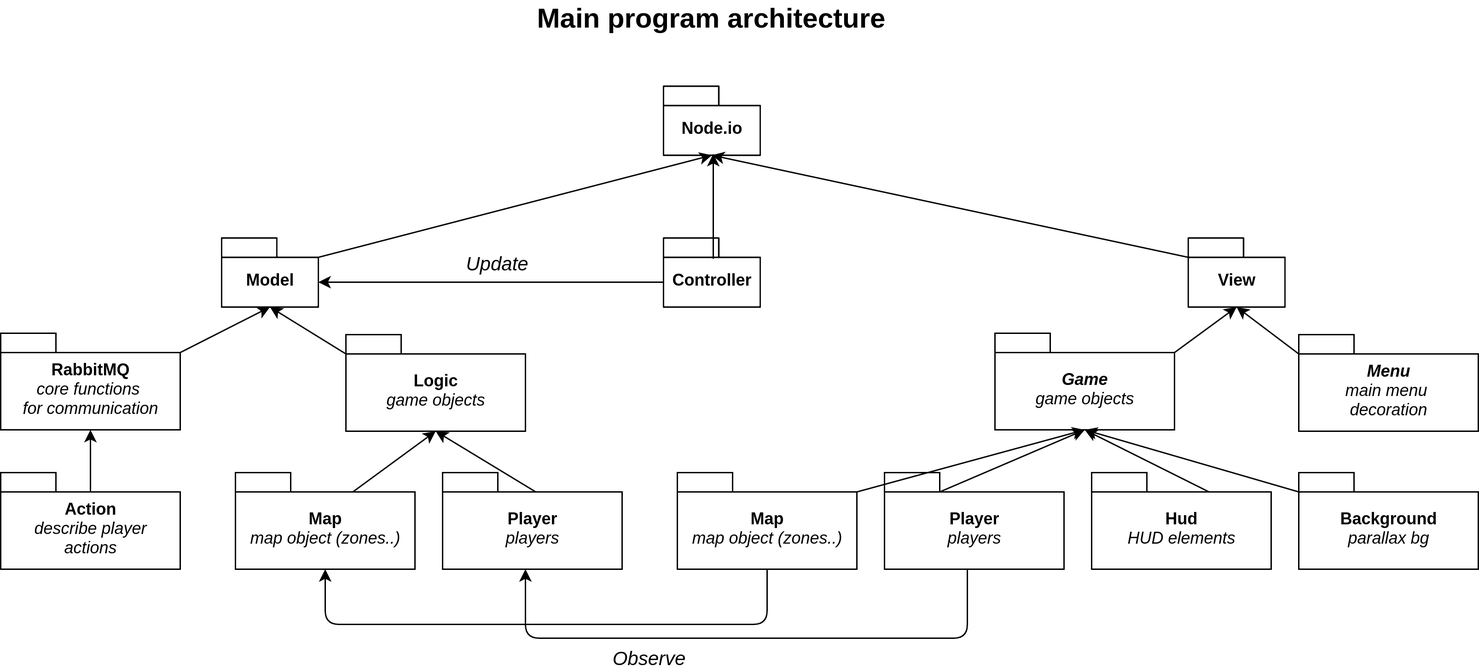
Above: core/assets/misc/prog_arch.png in EAGEA/Node.io (draw.io), before the change. Source tidied: cells renumbered, new cells last; positions are measured from the earlier drawing's top-left corner, leaving out a move shared by most shapes.
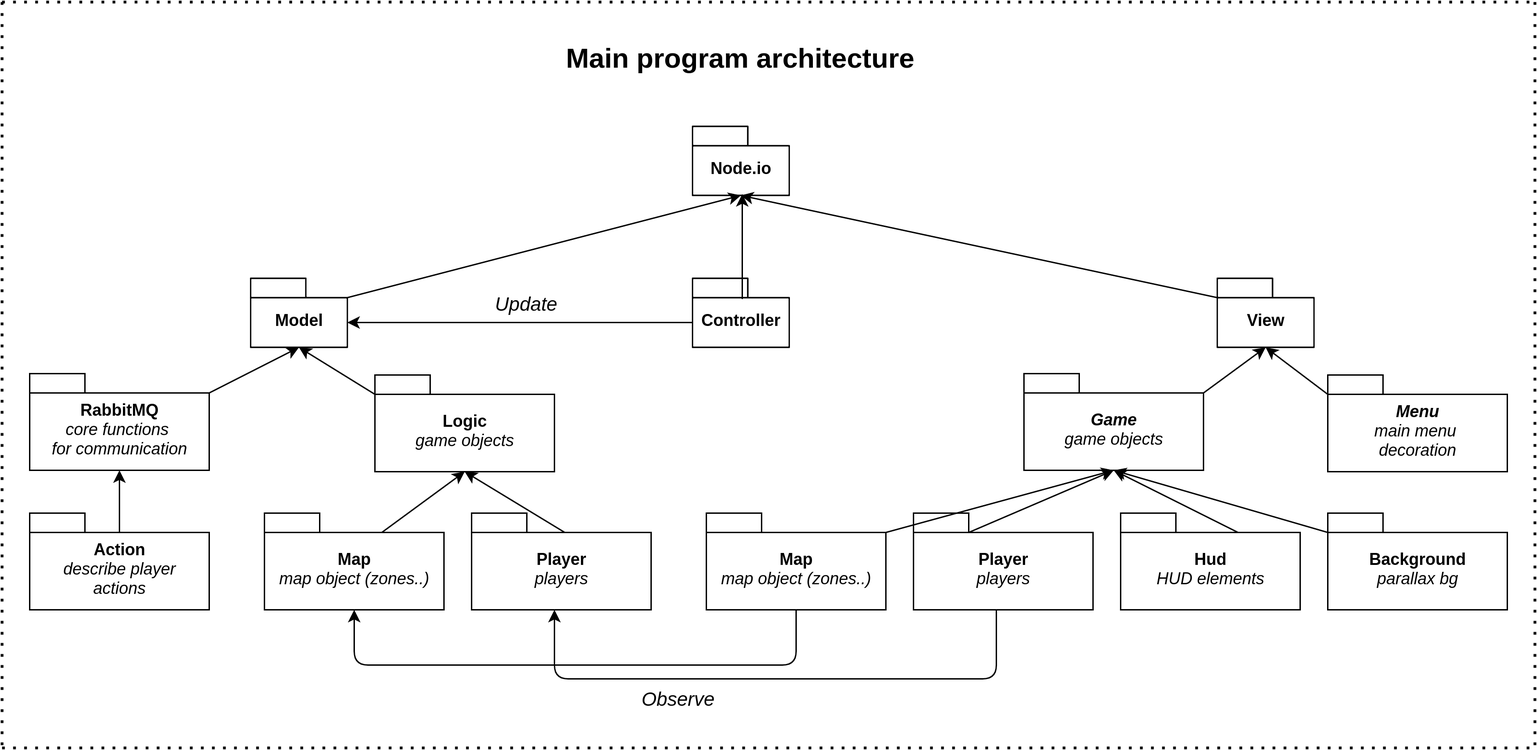
The same file after the commit.

The edit, as a diff of the source:
```diff
@@ -124,5 +124,29 @@
     <mxCell id="36" value="&lt;i&gt;&lt;font style=&quot;font-size: 14px&quot;&gt;Update&lt;/font&gt;&lt;/i&gt;" style="text;html=1;strokeColor=none;fillColor=none;align=center;verticalAlign=middle;whiteSpace=wrap;rounded=0;" parent="1" vertex="1">
       <mxGeometry x="340" y="178" width="40" height="20" as="geometry" />
     </mxCell>
+    <mxCell id="37" style="endArrow=none;dashed=1;html=1;dashPattern=1 3;strokeWidth=2;" parent="1" edge="1">
+      <mxGeometry relative="1" as="geometry">
+        <mxPoint x="-20" y="-30" as="sourcePoint" />
+        <mxPoint x="-20" y="510" as="targetPoint" />
+      </mxGeometry>
+    </mxCell>
+    <mxCell id="38" style="endArrow=none;dashed=1;html=1;dashPattern=1 3;strokeWidth=2;" parent="1" edge="1">
+      <mxGeometry relative="1" as="geometry">
+        <mxPoint x="1090" y="-30" as="sourcePoint" />
+        <mxPoint x="1090" y="510" as="targetPoint" />
+      </mxGeometry>
+    </mxCell>
+    <mxCell id="39" style="endArrow=none;dashed=1;html=1;dashPattern=1 3;strokeWidth=2;" parent="1" edge="1">
+      <mxGeometry relative="1" as="geometry">
+        <mxPoint x="-20" y="510" as="sourcePoint" />
+        <mxPoint x="1090" y="510" as="targetPoint" />
+      </mxGeometry>
+    </mxCell>
+    <mxCell id="40" style="endArrow=none;dashed=1;html=1;dashPattern=1 3;strokeWidth=2;" parent="1" edge="1">
+      <mxGeometry relative="1" as="geometry">
+        <mxPoint x="-20" y="-30" as="sourcePoint" />
+        <mxPoint x="1090" y="-30" as="targetPoint" />
+      </mxGeometry>
+    </mxCell>
   </root>
 </mxGraphModel>
```
